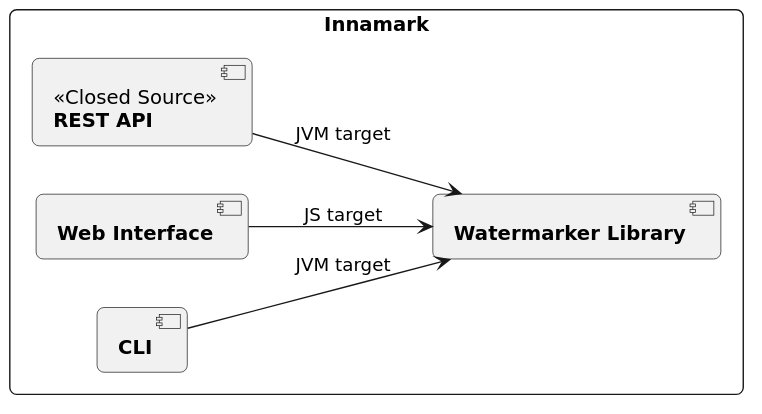
This is docs/architecture/images/05_level-1.svg from FraunhoferISST/Innamark, a PlantUML export, as it was before one commit. Its diagram source:
```plantuml
@startuml
!include style.puml


rectangle "Innamark" as system {

    component "**Watermarker Library**" as lib

    component "**CLI**" as cli
    component "**Web Interface**" as webinterface

    component "<<Closed Source>>\n**REST API**" as child_api
}


cli --> lib : JVM target
webinterface --> lib : JS target
child_api --> lib : JVM target
@enduml
```
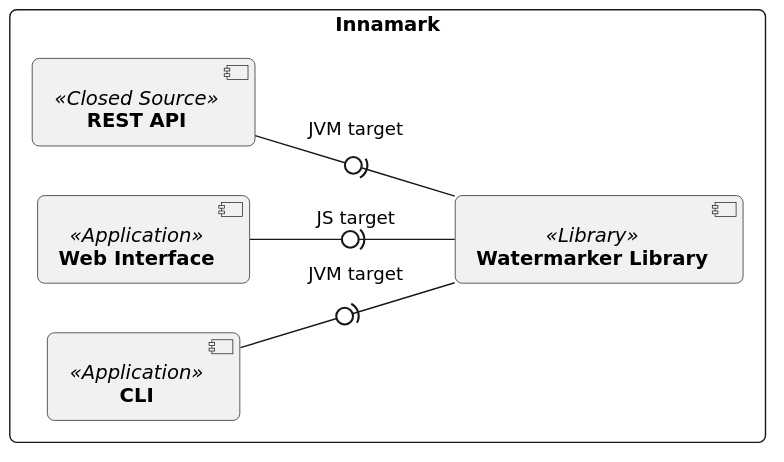
After the change.

Diff of the diagram source:
```diff
@@ -4,16 +4,15 @@
 
 rectangle "Innamark" as system {
 
-    component "**Watermarker Library**" as lib
+    component "**Watermarker Library**" <<Library>> as lib
 
-    component "**CLI**" as cli
-    component "**Web Interface**" as webinterface
+    component "**CLI**" <<Application>> as cli
+    component "**Web Interface**" <<Application>> as webinterface
 
-    component "<<Closed Source>>\n**REST API**" as child_api
+    component "**REST API**" <<Closed Source>> as child_api
 }
 
-
-cli --> lib : JVM target
-webinterface --> lib : JS target
-child_api --> lib : JVM target
+cli -0)- lib : JVM target
+webinterface -0)- lib : JS target
+child_api -0)- lib : JVM target
 @enduml
```
